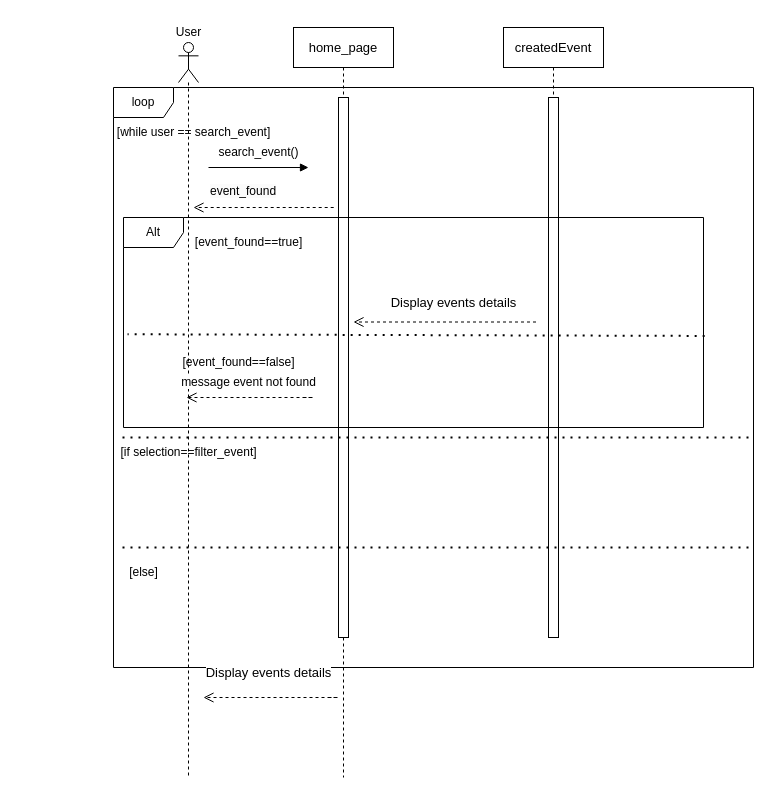
Before: Sequence Diagram/showEvents.drawio.xml in NeoZi12/NeoAndLeon, a draw.io diagram. Source tidied: cells renumbered, new cells numbered last; positions are measured from the earlier drawing's top-left corner, leaving out a move shared by most shapes. Both pictures are drawn from the tidied source at 100%, with x=0, y=0 at pixel (103, 17).
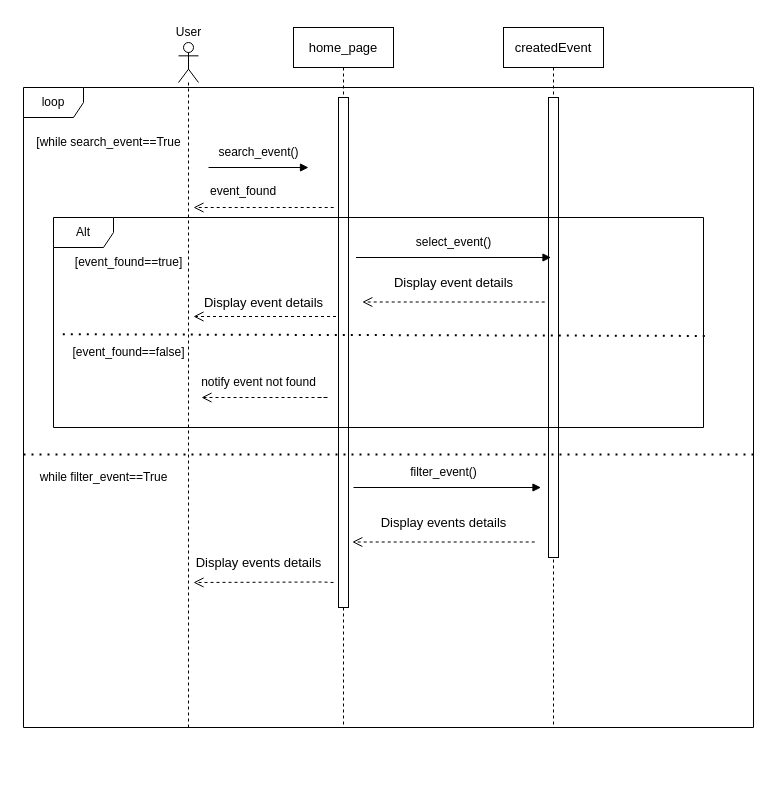
Above is the later version.

Change to the diagram source:
```diff
@@
     <mxCell id="2" value="home_page" style="shape=umlLifeline;perimeter=lifelinePerimeter;whiteSpace=wrap;html=1;newEdgeStyle={&quot;edgeStyle&quot;:&quot;elbowEdgeStyle&quot;,&quot;elbow&quot;:&quot;vertical&quot;,&quot;curved&quot;:0,&quot;rounded&quot;:0};fontSize=13;" parent="1" vertex="1">
-      <mxGeometry x="190" y="10" width="100" height="750" as="geometry" />
+      <mxGeometry x="190" y="10" width="100" height="700" as="geometry" />
     </mxCell>
     <mxCell id="3" style="html=1;perimeter=orthogonalPerimeter;targetShapes=umlLifeline;newEdgeStyle={&quot;edgeStyle&quot;:&quot;elbowEdgeStyle&quot;,&quot;elbow&quot;:&quot;vertical&quot;,&quot;curved&quot;:0,&quot;rounded&quot;:0};fontSize=13;" parent="2" vertex="1">
-      <mxGeometry x="45" y="70" width="10" height="540" as="geometry" />
+      <mxGeometry x="45" y="70" width="10" height="510" as="geometry" />
     </mxCell>
     <mxCell id="4" style="shape=umlLifeline;perimeter=lifelinePerimeter;whiteSpace=wrap;html=1;newEdgeStyle={&quot;curved&quot;:0,&quot;rounded&quot;:0};participant=umlActor;fontSize=13;" parent="1" vertex="1">
-      <mxGeometry x="75" y="25" width="20" height="735" as="geometry" />
+      <mxGeometry x="75" y="25" width="20" height="685" as="geometry" />
     </mxCell>
@@
     <mxCell id="7" value="loop" style="shape=umlFrame;whiteSpace=wrap;html=1;" parent="1" vertex="1">
-      <mxGeometry x="10" y="70" width="640" height="580" as="geometry" />
+      <mxGeometry x="-80" y="70" width="730" height="640" as="geometry" />
     </mxCell>
     <mxCell id="8" value="createdEvent" style="shape=umlLifeline;perimeter=lifelinePerimeter;whiteSpace=wrap;html=1;newEdgeStyle={&quot;edgeStyle&quot;:&quot;elbowEdgeStyle&quot;,&quot;elbow&quot;:&quot;vertical&quot;,&quot;curved&quot;:0,&quot;rounded&quot;:0};fontSize=13;" parent="1" vertex="1">
-      <mxGeometry x="400" y="10" width="100" height="610" as="geometry" />
+      <mxGeometry x="400" y="10" width="100" height="700" as="geometry" />
     </mxCell>
     <mxCell id="9" style="html=1;perimeter=orthogonalPerimeter;targetShapes=umlLifeline;newEdgeStyle={&quot;edgeStyle&quot;:&quot;elbowEdgeStyle&quot;,&quot;elbow&quot;:&quot;vertical&quot;,&quot;curved&quot;:0,&quot;rounded&quot;:0};fontSize=13;" parent="8" vertex="1">
-      <mxGeometry x="45" y="70" width="10" height="540" as="geometry" />
+      <mxGeometry x="45" y="70" width="10" height="460" as="geometry" />
     </mxCell>
     <mxCell id="10" value="Alt" style="shape=umlFrame;whiteSpace=wrap;html=1;" parent="1" vertex="1">
-      <mxGeometry x="20" y="200" width="580" height="210" as="geometry" />
+      <mxGeometry x="-50" y="200" width="650" height="210" as="geometry" />
     </mxCell>
     <mxCell id="11" value="[event_found==true]" style="text;html=1;align=center;verticalAlign=middle;strokeColor=none;fillColor=none;" parent="1" vertex="1">
-      <mxGeometry x="80" y="210" width="130" height="30" as="geometry" />
+      <mxGeometry x="-40" y="230" width="130" height="30" as="geometry" />
     </mxCell>
@@
     <mxCell id="13" value="[event_found==false]" style="text;html=1;align=center;verticalAlign=middle;strokeColor=none;fillColor=none;" parent="1" vertex="1">
-      <mxGeometry x="65" y="330" width="140" height="30" as="geometry" />
+      <mxGeometry x="-45" y="320" width="140" height="30" as="geometry" />
     </mxCell>
-    <mxCell id="14" value="&lt;span style=&quot;background-color: rgb(255, 255, 255);&quot;&gt;Display events details&lt;/span&gt;" style="text;html=1;align=center;verticalAlign=middle;strokeColor=none;fillColor=none;fontSize=13;" parent="1" vertex="1">
-      <mxGeometry x="275" y="270" width="150" height="30" as="geometry" />
+    <mxCell id="14" value="&lt;span style=&quot;background-color: rgb(255, 255, 255);&quot;&gt;Display event details&lt;/span&gt;" style="text;html=1;align=center;verticalAlign=middle;strokeColor=none;fillColor=none;fontSize=13;" parent="1" vertex="1">
+      <mxGeometry x="280" y="250" width="140" height="30" as="geometry" />
     </mxCell>
     <mxCell id="15" style="html=1;verticalAlign=bottom;endArrow=open;dashed=1;endSize=8;curved=0;rounded=0;fontSize=13;" parent="1" edge="1">
       <mxGeometry x="-0.58" y="-10" relative="1" as="geometry">
-        <mxPoint x="432.5" y="304.5" as="sourcePoint" />
-        <mxPoint x="250" y="304.5" as="targetPoint" />
+        <mxPoint x="441.2" y="284.5" as="sourcePoint" />
+        <mxPoint x="258.8" y="284.5" as="targetPoint" />
         <Array as="points">
-          <mxPoint x="405" y="304.5" />
+          <mxPoint x="413.8" y="284.5" />
         </Array>
       </mxGeometry>
     </mxCell>
-    <mxCell id="16" value="&lt;span style=&quot;background-color: rgb(255, 255, 255);&quot;&gt;message event not found&lt;/span&gt;" style="text;html=1;align=center;verticalAlign=middle;strokeColor=none;fillColor=none;fontSize=12;" parent="1" vertex="1">
-      <mxGeometry x="65" y="350" width="160" height="30" as="geometry" />
+    <mxCell id="16" value="&lt;span style=&quot;background-color: rgb(255, 255, 255);&quot;&gt;notify event not found&lt;/span&gt;" style="text;html=1;align=center;verticalAlign=middle;strokeColor=none;fillColor=none;fontSize=12;" parent="1" vertex="1">
+      <mxGeometry x="85" y="350" width="140" height="30" as="geometry" />
     </mxCell>
     <mxCell id="17" style="html=1;verticalAlign=bottom;endArrow=open;dashed=1;endSize=8;curved=0;rounded=0;fontSize=13;" parent="1" edge="1">
       <mxGeometry x="-0.58" y="-10" relative="1" as="geometry">
-        <mxPoint x="200" y="380" as="sourcePoint" />
-        <mxPoint x="83" y="380" as="targetPoint" />
+        <mxPoint x="215" y="380" as="sourcePoint" />
+        <mxPoint x="98" y="380" as="targetPoint" />
         <Array as="points">
-          <mxPoint x="210" y="380" />
+          <mxPoint x="225" y="380" />
         </Array>
       </mxGeometry>
     </mxCell>
@@
-    <mxCell id="19" style="html=1;verticalAlign=bottom;endArrow=open;dashed=1;endSize=8;curved=0;rounded=0;fontSize=13;" parent="1" edge="1">
-      <mxGeometry x="-0.58" y="-10" relative="1" as="geometry">
-        <mxPoint x="225" y="680" as="sourcePoint" />
-        <mxPoint x="100" y="680" as="targetPoint" />
-        <Array as="points">
-          <mxPoint x="235" y="680" />
-        </Array>
-      </mxGeometry>
-    </mxCell>
-    <mxCell id="20" value="&lt;span style=&quot;background-color: rgb(255, 255, 255);&quot;&gt;Display events details&lt;/span&gt;" style="text;html=1;align=center;verticalAlign=middle;strokeColor=none;fillColor=none;fontSize=13;" parent="1" vertex="1">
-      <mxGeometry x="90" y="640" width="150" height="30" as="geometry" />
-    </mxCell>
@@
     <mxCell id="22" style="endArrow=none;dashed=1;html=1;dashPattern=1 3;strokeWidth=2;rounded=0;" parent="1" edge="1">
       <mxGeometry relative="1" as="geometry">
-        <mxPoint x="645" y="420" as="sourcePoint" />
-        <mxPoint x="15" y="420" as="targetPoint" />
+        <mxPoint x="650" y="437.1" as="sourcePoint" />
+        <mxPoint x="-85" y="437.1" as="targetPoint" />
         <Array as="points">
-          <mxPoint x="335" y="420" />
+          <mxPoint x="340" y="437.1" />
         </Array>
       </mxGeometry>
     </mxCell>
-    <mxCell id="23" value="[while user == search_event]" style="text;html=1;align=center;verticalAlign=middle;strokeColor=none;fillColor=none;" parent="1" vertex="1">
-      <mxGeometry y="100" width="180" height="30" as="geometry" />
+    <mxCell id="23" value="[while search_event==True" style="text;html=1;align=center;verticalAlign=middle;strokeColor=none;fillColor=none;" parent="1" vertex="1">
+      <mxGeometry x="-80" y="110" width="170" height="30" as="geometry" />
     </mxCell>
-    <mxCell id="24" value="[if selection==filter_event]" style="text;html=1;align=center;verticalAlign=middle;strokeColor=none;fillColor=none;" parent="1" vertex="1">
-      <mxGeometry x="5" y="420" width="160" height="30" as="geometry" />
+    <mxCell id="24" value="while filter_event==True" style="text;html=1;align=center;verticalAlign=middle;strokeColor=none;fillColor=none;" parent="1" vertex="1">
+      <mxGeometry x="-75" y="445" width="150" height="30" as="geometry" />
     </mxCell>
-    <mxCell id="25" value="[else]" style="text;html=1;align=center;verticalAlign=middle;strokeColor=none;fillColor=none;" parent="1" vertex="1">
-      <mxGeometry x="15" y="540" width="50" height="30" as="geometry" />
-    </mxCell>
-    <mxCell id="26" style="endArrow=none;dashed=1;html=1;dashPattern=1 3;strokeWidth=2;rounded=0;" parent="1" edge="1">
-      <mxGeometry relative="1" as="geometry">
-        <mxPoint x="645" y="530" as="sourcePoint" />
-        <mxPoint x="15" y="530" as="targetPoint" />
-      </mxGeometry>
-    </mxCell>
@@
+    <mxCell id="28" style="html=1;verticalAlign=bottom;endArrow=block;curved=0;rounded=0;fontSize=13;" parent="1" edge="1">
+      <mxGeometry x="0.14" y="80" relative="1" as="geometry">
+        <mxPoint x="252.5" y="240" as="sourcePoint" />
+        <mxPoint x="447.5" y="240" as="targetPoint" />
+      </mxGeometry>
+    </mxCell>
+    <mxCell id="29" value="select_event()" style="text;html=1;align=center;verticalAlign=middle;strokeColor=none;fillColor=none;" parent="1" vertex="1">
+      <mxGeometry x="300" y="210" width="100" height="30" as="geometry" />
+    </mxCell>
+    <mxCell id="30" value="&lt;span style=&quot;background-color: rgb(255, 255, 255);&quot;&gt;Display event details&lt;/span&gt;" style="text;html=1;align=center;verticalAlign=middle;strokeColor=none;fillColor=none;fontSize=13;" parent="1" vertex="1">
+      <mxGeometry x="90" y="270" width="140" height="30" as="geometry" />
+    </mxCell>
+    <mxCell id="31" style="html=1;verticalAlign=bottom;endArrow=open;dashed=1;endSize=8;curved=0;rounded=0;fontSize=13;" parent="1" edge="1">
+      <mxGeometry x="-0.58" y="-10" relative="1" as="geometry">
+        <mxPoint x="232.5" y="299" as="sourcePoint" />
+        <mxPoint x="90" y="299" as="targetPoint" />
+        <Array as="points">
+          <mxPoint x="205" y="299" />
+        </Array>
+      </mxGeometry>
+    </mxCell>
+    <mxCell id="32" value="filter_event()" style="text;html=1;align=center;verticalAlign=middle;strokeColor=none;fillColor=none;" parent="1" vertex="1">
+      <mxGeometry x="295" y="440" width="90" height="30" as="geometry" />
+    </mxCell>
+    <mxCell id="33" style="html=1;verticalAlign=bottom;endArrow=block;curved=0;rounded=0;fontSize=13;" parent="1" edge="1">
+      <mxGeometry x="0.14" y="80" relative="1" as="geometry">
+        <mxPoint x="250" y="470" as="sourcePoint" />
+        <mxPoint x="437.5" y="470" as="targetPoint" />
+      </mxGeometry>
+    </mxCell>
+    <mxCell id="34" value="&lt;span style=&quot;background-color: rgb(255, 255, 255);&quot;&gt;Display events details&lt;/span&gt;" style="text;html=1;align=center;verticalAlign=middle;strokeColor=none;fillColor=none;fontSize=13;" parent="1" vertex="1">
+      <mxGeometry x="265" y="490" width="150" height="30" as="geometry" />
+    </mxCell>
+    <mxCell id="35" style="html=1;verticalAlign=bottom;endArrow=open;dashed=1;endSize=8;curved=0;rounded=0;fontSize=13;" parent="1" edge="1">
+      <mxGeometry x="-0.58" y="-10" relative="1" as="geometry">
+        <mxPoint x="431.2" y="524.5" as="sourcePoint" />
+        <mxPoint x="248.8" y="524.5" as="targetPoint" />
+        <Array as="points">
+          <mxPoint x="403.8" y="524.5" />
+        </Array>
+      </mxGeometry>
+    </mxCell>
+    <mxCell id="36" value="&lt;span style=&quot;background-color: rgb(255, 255, 255);&quot;&gt;Display events details&lt;/span&gt;" style="text;html=1;align=center;verticalAlign=middle;strokeColor=none;fillColor=none;fontSize=13;" parent="1" vertex="1">
+      <mxGeometry x="80" y="530" width="150" height="30" as="geometry" />
+    </mxCell>
+    <mxCell id="37" style="html=1;verticalAlign=bottom;endArrow=open;dashed=1;endSize=8;curved=0;rounded=0;fontSize=13;" parent="1" edge="1">
+      <mxGeometry x="-0.58" y="-10" relative="1" as="geometry">
+        <mxPoint x="230" y="565" as="sourcePoint" />
+        <mxPoint x="90" y="565" as="targetPoint" />
+        <Array as="points">
+          <mxPoint x="218.8" y="564.5" />
+        </Array>
+      </mxGeometry>
+    </mxCell>
```
